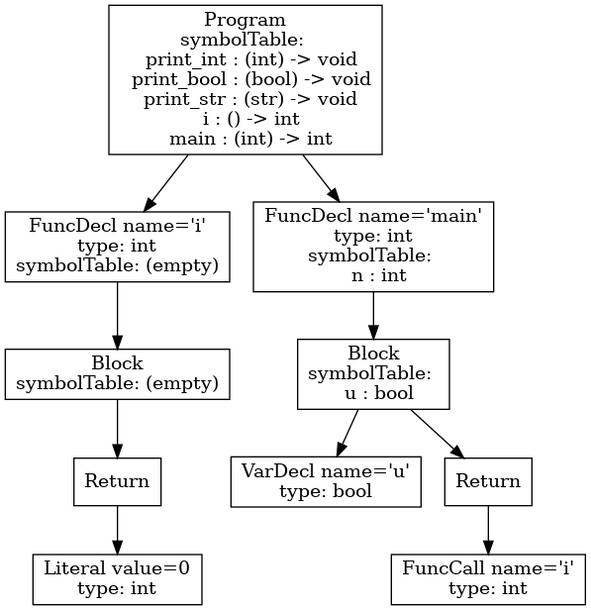
vtstew/p3-analysis keeps this Graphviz diagram as ast.png. Above is the earlier version. Its source is kept beside it as ast.dot.
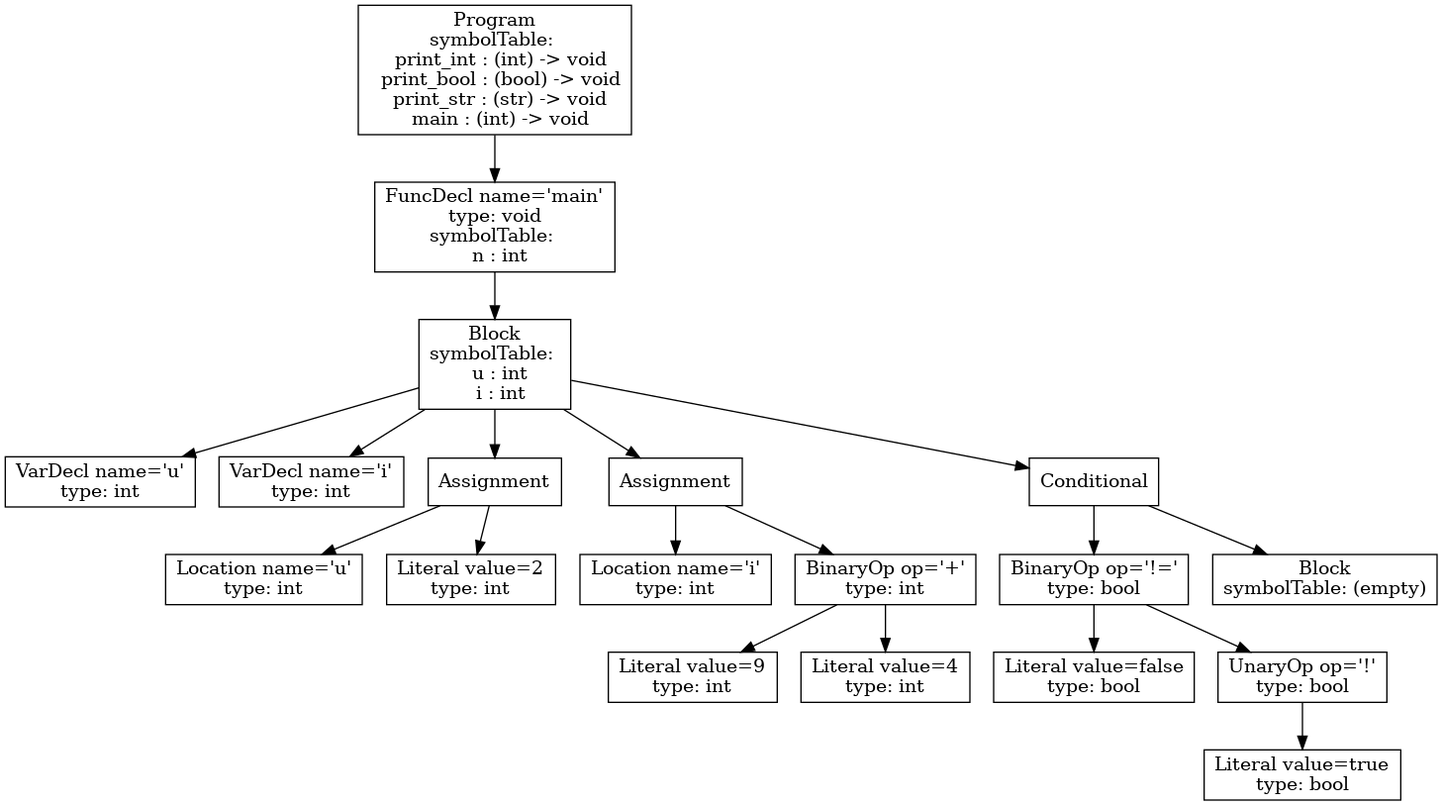
Above is the later version.

What changed in the source:
```diff
@@ -1,21 +1,39 @@
 digraph AST {
-4 [shape=box, label="Literal value=0\ntype: int"];
-3 [shape=box, label="Return"];
-3 -> 4;
-2 [shape=box, label="Block\nsymbolTable: (empty)"];
+3 [shape=box, label="VarDecl name='u'\ntype: int"];
+4 [shape=box, label="VarDecl name='i'\ntype: int"];
+6 [shape=box, label="Location name='u'\ntype: int"];
+7 [shape=box, label="Literal value=2\ntype: int"];
+5 [shape=box, label="Assignment"];
+5 -> 6;
+5 -> 7;
+9 [shape=box, label="Location name='i'\ntype: int"];
+11 [shape=box, label="Literal value=9\ntype: int"];
+12 [shape=box, label="Literal value=4\ntype: int"];
+10 [shape=box, label="BinaryOp op='+'\ntype: int"];
+10 -> 11;
+10 -> 12;
+8 [shape=box, label="Assignment"];
+8 -> 9;
+8 -> 10;
+15 [shape=box, label="Literal value=false\ntype: bool"];
+17 [shape=box, label="Literal value=true\ntype: bool"];
+16 [shape=box, label="UnaryOp op='!'\ntype: bool"];
+16 -> 17;
+14 [shape=box, label="BinaryOp op='!='\ntype: bool"];
+14 -> 15;
+14 -> 16;
+18 [shape=box, label="Block\nsymbolTable: (empty)"];
+13 [shape=box, label="Conditional"];
+13 -> 14;
+13 -> 18;
+2 [shape=box, label="Block\nsymbolTable: \n  u : int\n  i : int"];
 2 -> 3;
-1 [shape=box, label="FuncDecl name='i'\ntype: int\nsymbolTable: (empty)"];
+2 -> 4;
+2 -> 5;
+2 -> 8;
+2 -> 13;
+1 [shape=box, label="FuncDecl name='main'\ntype: void\nsymbolTable: \n  n : int"];
 1 -> 2;
-7 [shape=box, label="VarDecl name='u'\ntype: bool"];
-9 [shape=box, label="FuncCall name='i'\ntype: int"];
-8 [shape=box, label="Return"];
-8 -> 9;
-6 [shape=box, label="Block\nsymbolTable: \n  u : bool"];
-6 -> 7;
-6 -> 8;
-5 [shape=box, label="FuncDecl name='main'\ntype: int\nsymbolTable: \n  n : int"];
-5 -> 6;
-0 [shape=box, label="Program\nsymbolTable: \n  print_int : (int) -> void\n  print_bool : (bool) -> void\n  print_str : (str) -> void\n  i : () -> int\n  main : (int) -> int"];
+0 [shape=box, label="Program\nsymbolTable: \n  print_int : (int) -> void\n  print_bool : (bool) -> void\n  print_str : (str) -> void\n  main : (int) -> void"];
 0 -> 1;
-0 -> 5;
 }
```
